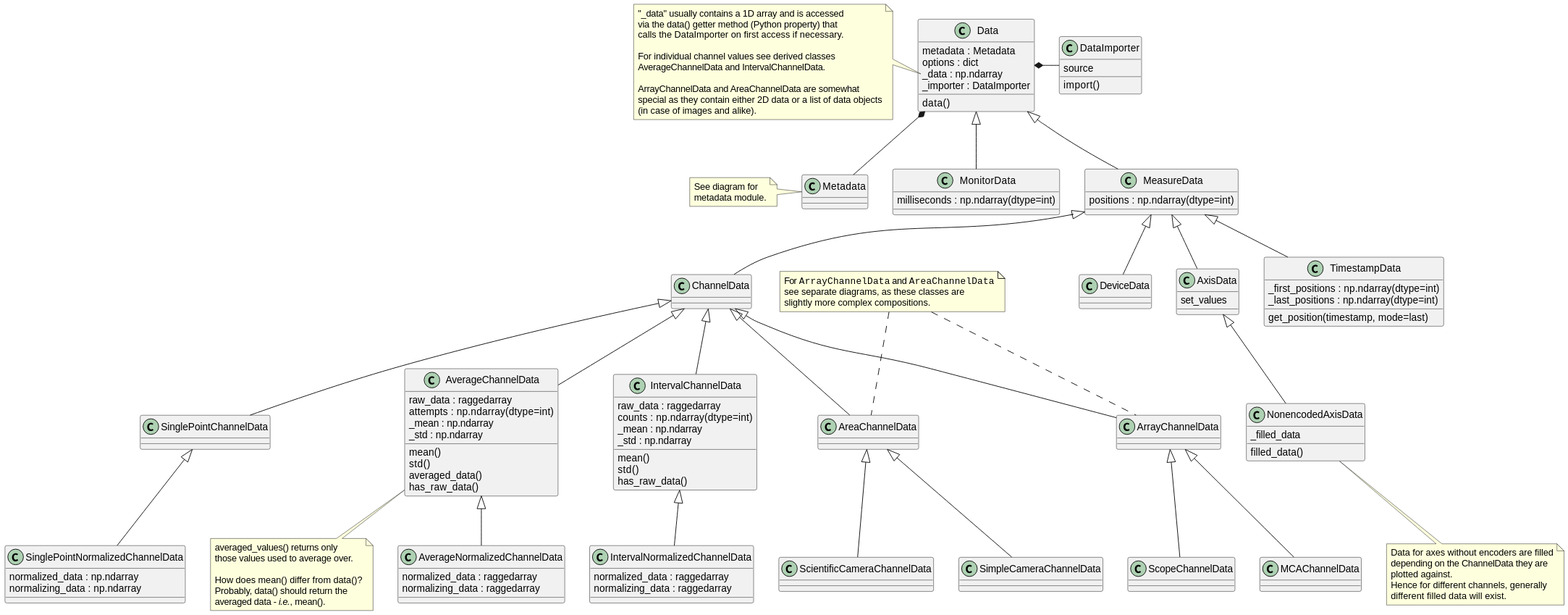
tillbiskup/evedata keeps this PlantUML diagram as docs/uml/evedata.evefile.data.svg. Above is the earlier version.
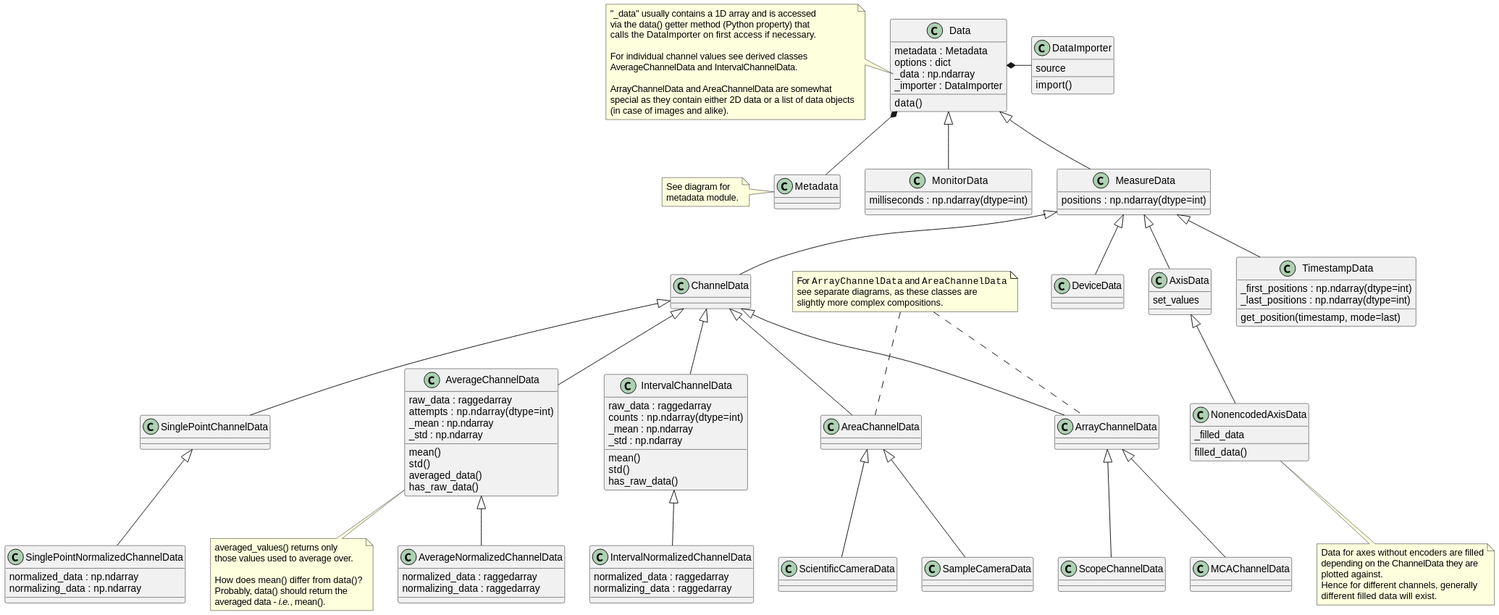
The same file after the commit.

The edit, as a diff of the source:
```diff
@@ -124,9 +124,9 @@
 class AreaChannelData extends ChannelData {
 }
 
-class SimpleCameraChannelData extends AreaChannelData
+class SampleCameraData extends AreaChannelData
 
-class ScientificCameraChannelData extends AreaChannelData
+class ScientificCameraData extends AreaChannelData
 
 note as array_area_channels_note
     For ""ArrayChannelData"" and ""AreaChannelData""
```
